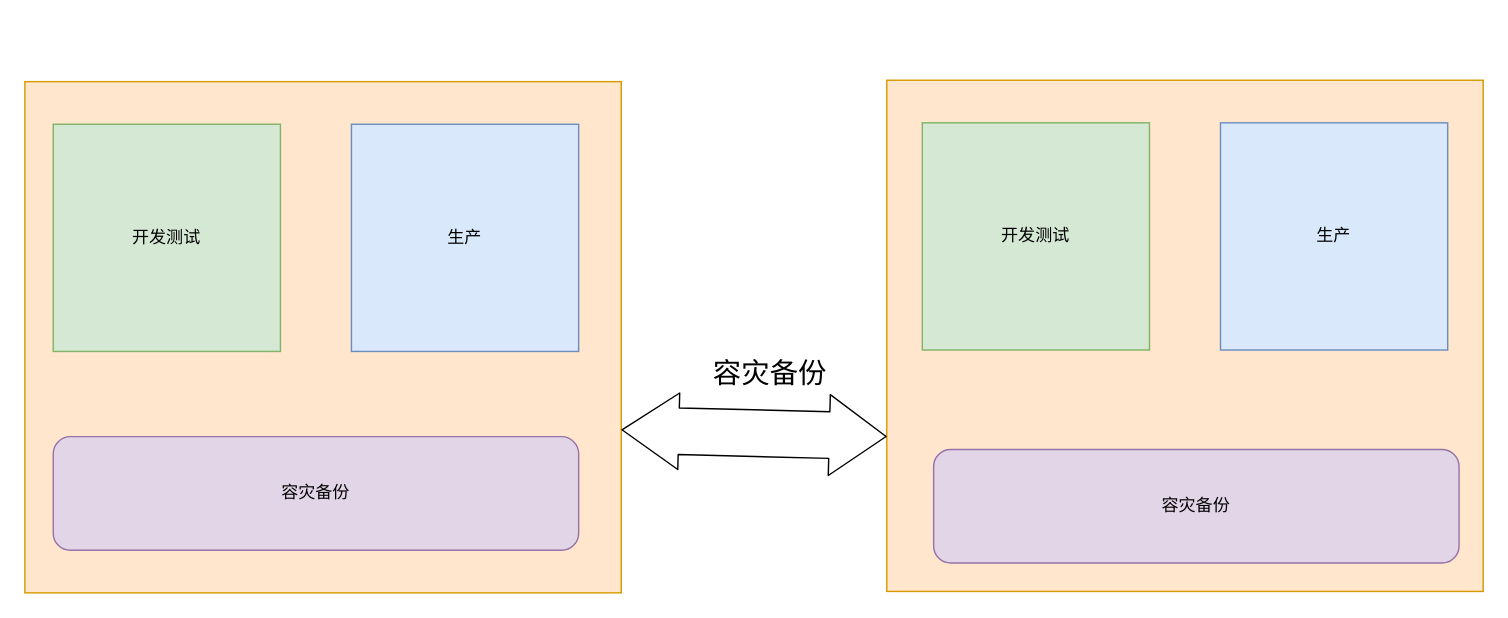
ChangeSub/BoyHan keeps this draw.io diagram as Untitled Diagram.drawio. Above is the earlier version. Source tidied: cells renumbered, new cells numbered last; positions are measured from the earlier drawing's top-left corner, leaving out a move shared by most shapes. Both pictures are drawn from the tidied source at 142%, with x=0, y=0 at pixel (24, 80).
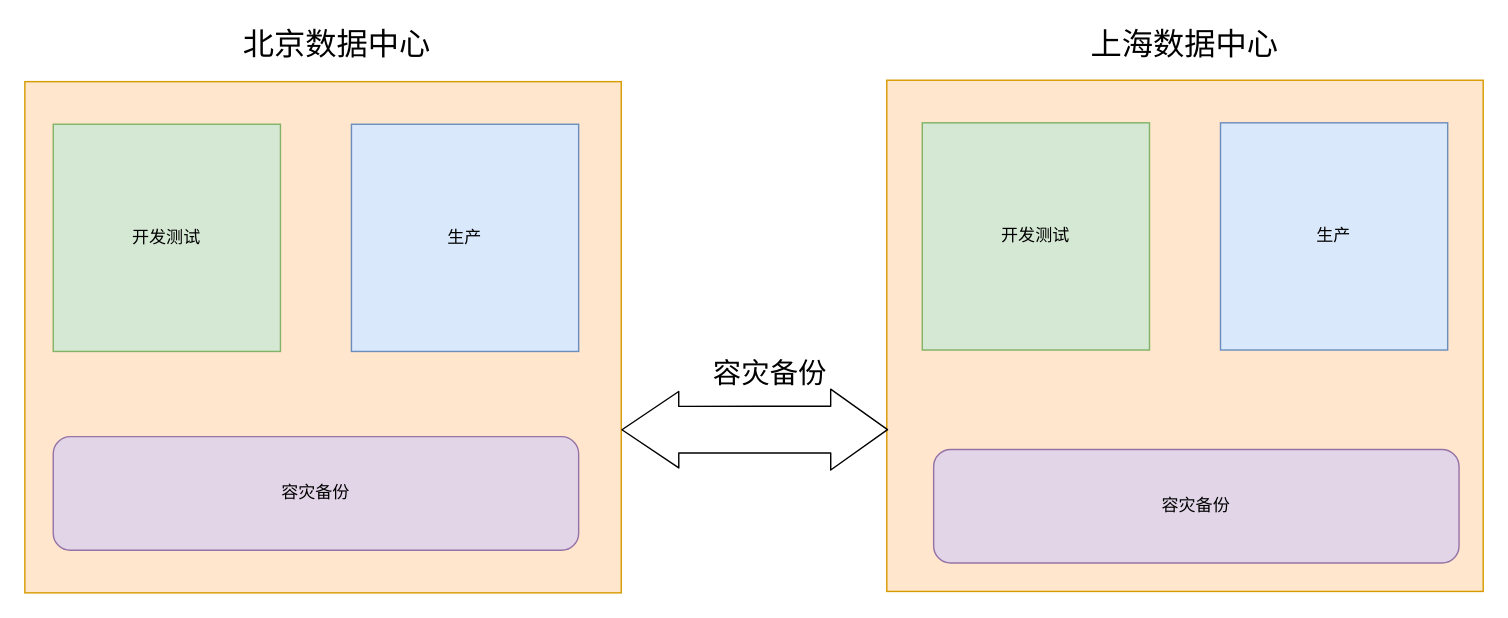
Above is the later version.

Diff of the diagram source:
```diff
@@
 <mxGraphModel>
   <root>
     <mxCell id="0" />
     <mxCell id="1" parent="0" />
     <mxCell id="2" style="rounded=0;whiteSpace=wrap;html=1;fillColor=#ffe6cc;strokeColor=#d79b00;" parent="1" vertex="1">
       <mxGeometry y="1" width="420" height="360" as="geometry" />
     </mxCell>
     <mxCell id="3" style="rounded=0;whiteSpace=wrap;html=1;fillColor=#ffe6cc;strokeColor=#d79b00;" parent="1" vertex="1">
       <mxGeometry x="607" width="420" height="360" as="geometry" />
     </mxCell>
     <mxCell id="4" value="开发测试" style="whiteSpace=wrap;html=1;fillColor=#d5e8d4;strokeColor=#82b366;" parent="1" vertex="1">
       <mxGeometry x="20" y="31" width="160" height="160" as="geometry" />
     </mxCell>
     <mxCell id="5" value="生产" style="whiteSpace=wrap;html=1;fillColor=#dae8fc;strokeColor=#6c8ebf;" parent="1" vertex="1">
       <mxGeometry x="230" y="31" width="160" height="160" as="geometry" />
     </mxCell>
     <mxCell id="6" value="开发测试" style="whiteSpace=wrap;html=1;fillColor=#d5e8d4;strokeColor=#82b366;" parent="1" vertex="1">
       <mxGeometry x="632" y="30" width="160" height="160" as="geometry" />
     </mxCell>
     <mxCell id="7" value="生产" style="whiteSpace=wrap;html=1;fillColor=#dae8fc;strokeColor=#6c8ebf;" parent="1" vertex="1">
       <mxGeometry x="842" y="30" width="160" height="160" as="geometry" />
     </mxCell>
     <mxCell id="8" value="容灾备份" style="rounded=1;whiteSpace=wrap;html=1;fillColor=#e1d5e7;strokeColor=#9673a6;" parent="1" vertex="1">
       <mxGeometry x="20" y="251" width="370" height="80" as="geometry" />
     </mxCell>
     <mxCell id="9" value="容灾备份" style="rounded=1;whiteSpace=wrap;html=1;fillColor=#e1d5e7;strokeColor=#9673a6;" parent="1" vertex="1">
       <mxGeometry x="640" y="260" width="370" height="80" as="geometry" />
     </mxCell>
-    <mxCell id="10" style="shape=flexArrow;endArrow=classic;startArrow=classic;html=1;exitX=1;exitY=0.681;exitDx=0;exitDy=0;exitPerimeter=0;entryX=0;entryY=0.697;entryDx=0;entryDy=0;entryPerimeter=0;strokeWidth=1;width=32.85714285714286;startSize=13;endWidth=23.061224489795915;endSize=13;" parent="1" edge="1" source="2" target="3">
-      <mxGeometry relative="1" as="geometry" />
+    <mxCell id="10" style="shape=flexArrow;endArrow=classic;startArrow=classic;html=1;exitX=1;exitY=0.681;exitDx=0;exitDy=0;exitPerimeter=0;strokeWidth=1;width=32.85714285714286;startSize=13;endWidth=23.061224489795915;endSize=13;verticalAlign=bottom;" parent="1" edge="1" source="2">
+      <mxGeometry relative="1" as="geometry">
+        <mxPoint x="608" y="246" as="targetPoint" />
+      </mxGeometry>
     </mxCell>
     <mxCell id="11" value="容灾备份" style="text;html=1;strokeColor=none;fillColor=none;align=center;verticalAlign=middle;whiteSpace=wrap;rounded=0;fontSize=20;" parent="1" vertex="1">
       <mxGeometry x="480" y="191" width="90" height="30" as="geometry" />
     </mxCell>
+    <mxCell id="12" value="北京数据中心" style="text;html=1;strokeColor=none;fillColor=none;align=center;verticalAlign=middle;whiteSpace=wrap;rounded=0;fontSize=22;" parent="1" vertex="1">
+      <mxGeometry x="140" y="-39" width="160" height="30" as="geometry" />
+    </mxCell>
+    <mxCell id="13" value="上海数据中心" style="text;html=1;strokeColor=none;fillColor=none;align=center;verticalAlign=middle;whiteSpace=wrap;rounded=0;fontSize=22;" parent="1" vertex="1">
+      <mxGeometry x="737" y="-39" width="160" height="30" as="geometry" />
+    </mxCell>
   </root>
 </mxGraphModel>
```
